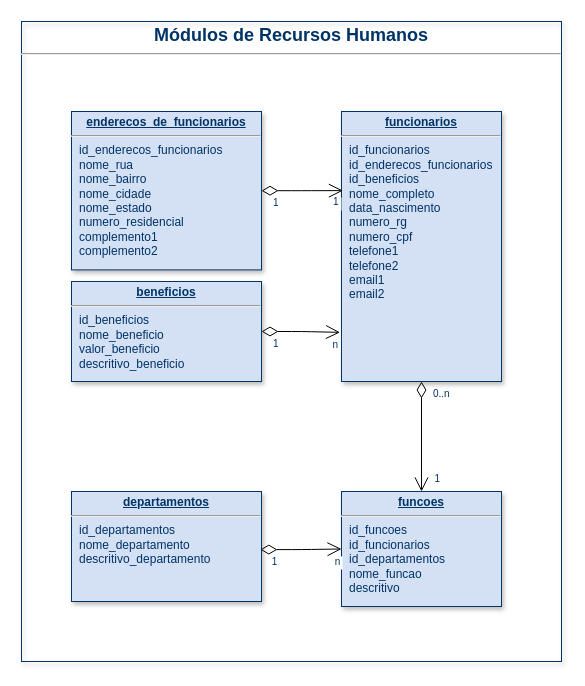
Above: _Diagramas/Diagrama UML base.drawio in Jherryett/ERPSalvadorComunicacaoVisual (draw.io), before the change. Source tidied: cells renumbered, new cells numbered last; positions are measured from the earlier drawing's top-left corner, leaving out a move shared by most shapes. Both pictures are drawn from the tidied source at 100%, with x=0, y=0 at pixel (21, 21).
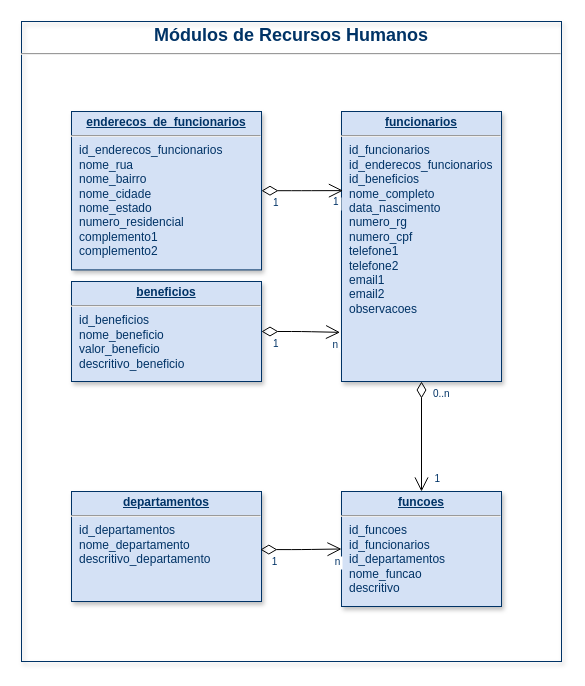
After the change.

The edit, as a diff of the source:
```diff
@@
-    <mxCell id="4" value="&lt;p style=&quot;margin: 4px 0px 0px; text-decoration: underline; text-align: center;&quot;&gt;&lt;strong&gt;funcionarios&lt;/strong&gt;&lt;/p&gt;&lt;hr&gt;&lt;p style=&quot;margin: 0px; margin-left: 8px;&quot;&gt;id_funcionarios&lt;/p&gt;&lt;p style=&quot;margin: 0px; margin-left: 8px;&quot;&gt;&lt;span style=&quot;background-color: transparent; color: light-dark(rgb(0, 51, 102), rgb(161, 205, 249));&quot;&gt;id_enderecos_funcionarios&lt;/span&gt;&lt;/p&gt;&lt;p style=&quot;margin: 0px; margin-left: 8px;&quot;&gt;&lt;span style=&quot;background-color: transparent; color: light-dark(rgb(0, 51, 102), rgb(161, 205, 249));&quot;&gt;id_beneficios&lt;/span&gt;&lt;/p&gt;&lt;p style=&quot;margin: 0px; margin-left: 8px;&quot;&gt;&lt;span style=&quot;background-color: transparent; color: light-dark(rgb(0, 51, 102), rgb(161, 205, 249));&quot;&gt;nome_completo&lt;/span&gt;&lt;/p&gt;&lt;p style=&quot;margin: 0px; margin-left: 8px;&quot;&gt;data_nascimento&lt;br&gt;numero_rg&lt;br&gt;numero_cpf&lt;/p&gt;&lt;p style=&quot;margin: 0px; margin-left: 8px;&quot;&gt;telefone1&lt;/p&gt;&lt;p style=&quot;margin: 0px; margin-left: 8px;&quot;&gt;telefone2&lt;/p&gt;&lt;p style=&quot;margin: 0px; margin-left: 8px;&quot;&gt;email1&lt;br&gt;email2&lt;br&gt;&lt;br&gt;&lt;/p&gt;" style="verticalAlign=top;align=left;overflow=fill;fontSize=12;fontFamily=Helvetica;html=1;strokeColor=#003366;shadow=1;fillColor=#D4E1F5;fontColor=#003366;" parent="1" vertex="1">
+    <mxCell id="4" value="&lt;p style=&quot;margin: 4px 0px 0px; text-decoration: underline; text-align: center;&quot;&gt;&lt;strong&gt;funcionarios&lt;/strong&gt;&lt;/p&gt;&lt;hr&gt;&lt;p style=&quot;margin: 0px; margin-left: 8px;&quot;&gt;id_funcionarios&lt;/p&gt;&lt;p style=&quot;margin: 0px; margin-left: 8px;&quot;&gt;&lt;span style=&quot;background-color: transparent; color: light-dark(rgb(0, 51, 102), rgb(161, 205, 249));&quot;&gt;id_enderecos_funcionarios&lt;/span&gt;&lt;/p&gt;&lt;p style=&quot;margin: 0px; margin-left: 8px;&quot;&gt;&lt;span style=&quot;background-color: transparent; color: light-dark(rgb(0, 51, 102), rgb(161, 205, 249));&quot;&gt;id_beneficios&lt;/span&gt;&lt;/p&gt;&lt;p style=&quot;margin: 0px; margin-left: 8px;&quot;&gt;&lt;span style=&quot;background-color: transparent; color: light-dark(rgb(0, 51, 102), rgb(161, 205, 249));&quot;&gt;nome_completo&lt;/span&gt;&lt;/p&gt;&lt;p style=&quot;margin: 0px; margin-left: 8px;&quot;&gt;data_nascimento&lt;br&gt;numero_rg&lt;br&gt;numero_cpf&lt;/p&gt;&lt;p style=&quot;margin: 0px; margin-left: 8px;&quot;&gt;telefone1&lt;/p&gt;&lt;p style=&quot;margin: 0px; margin-left: 8px;&quot;&gt;telefone2&lt;/p&gt;&lt;p style=&quot;margin: 0px; margin-left: 8px;&quot;&gt;email1&lt;br&gt;email2&lt;/p&gt;&lt;p style=&quot;margin: 0px; margin-left: 8px;&quot;&gt;observacoes&lt;br&gt;&lt;br&gt;&lt;/p&gt;" style="verticalAlign=top;align=left;overflow=fill;fontSize=12;fontFamily=Helvetica;html=1;strokeColor=#003366;shadow=1;fillColor=#D4E1F5;fontColor=#003366;" parent="1" vertex="1">
       <mxGeometry x="320" y="90" width="160" height="270" as="geometry" />
     </mxCell>
```
